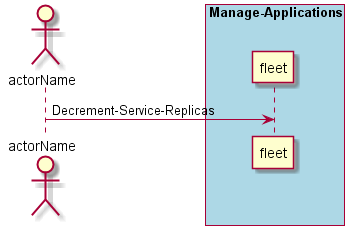
This is docs/UseCases/Manage-Applications/Decrement-Service-Replicas.png from CAADE/fleet, a PlantUML export, as it was before one commit. Its diagram source:
```plantuml
@startuml
Actor "actorName" as A

box "Manage-Applications" #lightblue
participant "fleet" as S
A -> S : Decrement-Service-Replicas
end box

@enduml
```
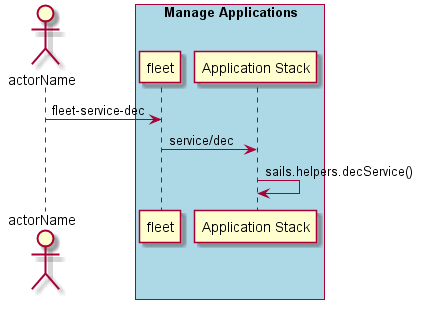
The same file after the commit.

Diff of the diagram source:
```diff
@@ -1,9 +1,12 @@
 @startuml
 Actor "actorName" as A
 
-box "Manage-Applications" #lightblue
+box "Manage Applications" #lightblue
 participant "fleet" as S
-A -> S : Decrement-Service-Replicas
+A -> S : fleet-service-dec
+participant "Application Stack" as AS
+S -> AS : service/dec
+AS -> AS : sails.helpers.decService()
 end box
 
 @enduml
```
